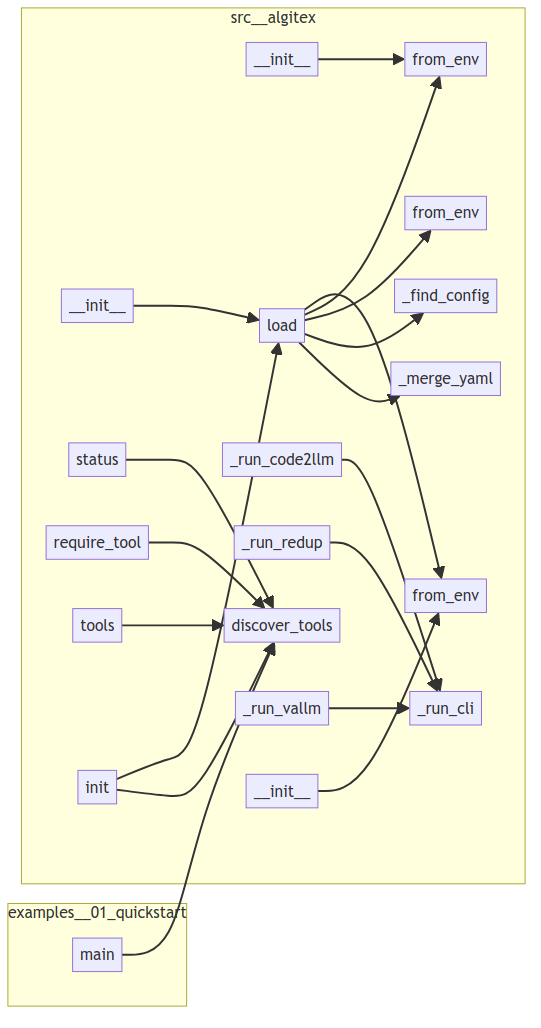
semcod/algitex keeps this Mermaid diagram as project/calls.png. Above is the earlier version. Its source is kept beside it as project/calls.mmd.
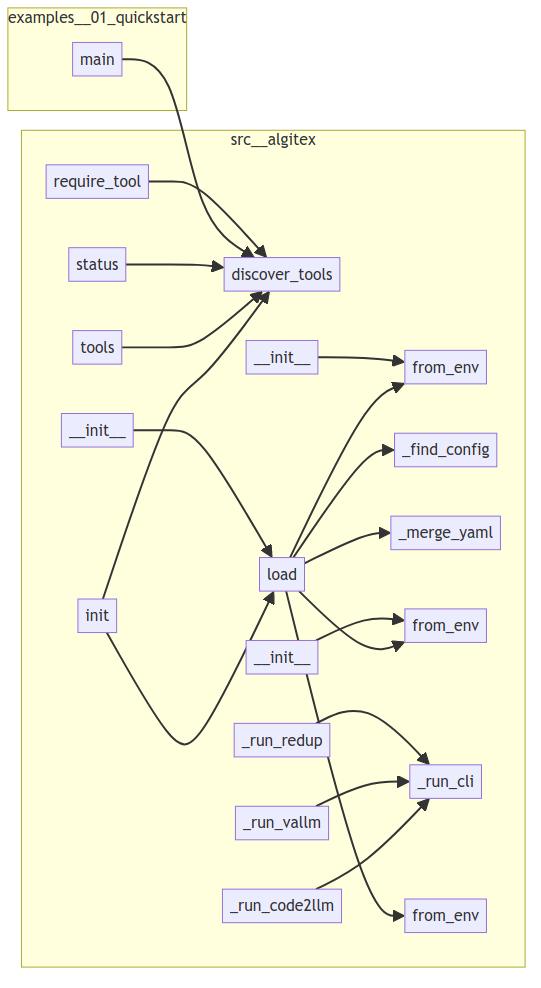
After the commit.

Change to the diagram source:
```diff
@@ -3,24 +3,24 @@
         examples__01_quickstart__main__main["main"]
     end
     subgraph src__algitex
+        src__algitex__tools__discover_tools["discover_tools"]
+        src__algitex__tools__require_tool["require_tool"]
+        src__algitex__cli__tools["tools"]
+        src__algitex__config__ProxyConfig__from_env["from_env"]
         src__algitex__tools__tickets__Tickets____init__["__init__"]
+        src__algitex__cli__init["init"]
+        src__algitex__config___find_config["_find_config"]
         src__algitex__config___merge_yaml["_merge_yaml"]
+        src__algitex__project__Project____init__["__init__"]
+        src__algitex__tools__analysis__Analyzer___run_vallm["_run_vallm"]
+        src__algitex__config__TicketConfig__from_env["from_env"]
+        src__algitex__tools__analysis__Analyzer___run_code2llm["_run_code2llm"]
         src__algitex__config__Config__load["load"]
-        src__algitex__project__Project____init__["__init__"]
-        src__algitex__tools__analysis__Analyzer___run_code2llm["_run_code2llm"]
         src__algitex__tools__analysis__Analyzer___run_redup["_run_redup"]
-        src__algitex__tools__discover_tools["discover_tools"]
-        src__algitex__config__TicketConfig__from_env["from_env"]
         src__algitex__project__Project__status["status"]
         src__algitex__tools__analysis___run_cli["_run_cli"]
-        src__algitex__tools__require_tool["require_tool"]
-        src__algitex__cli__tools["tools"]
+        src__algitex__tools__proxy__Proxy____init__["__init__"]
         src__algitex__config__AnalysisConfig__from_env["from_env"]
-        src__algitex__config___find_config["_find_config"]
-        src__algitex__tools__analysis__Analyzer___run_vallm["_run_vallm"]
-        src__algitex__config__ProxyConfig__from_env["from_env"]
-        src__algitex__cli__init["init"]
-        src__algitex__tools__proxy__Proxy____init__["__init__"]
     end
     src__algitex__cli__init --> src__algitex__config__Config__load
     src__algitex__cli__init --> src__algitex__tools__discover_tools
@@ -30,9 +30,9 @@
     src__algitex__config__Config__load --> src__algitex__config__AnalysisConfig__from_env
     src__algitex__config__Config__load --> src__algitex__config___find_config
     src__algitex__config__Config__load --> src__algitex__config___merge_yaml
+    src__algitex__tools__proxy__Proxy____init__ --> src__algitex__config__ProxyConfig__from_env
     src__algitex__project__Project____init__ --> src__algitex__config__Config__load
     src__algitex__project__Project__status --> src__algitex__tools__discover_tools
-    src__algitex__tools__proxy__Proxy____init__ --> src__algitex__config__ProxyConfig__from_env
     src__algitex__tools__tickets__Tickets____init__ --> src__algitex__config__TicketConfig__from_env
     examples__01_quickstart__main__main --> src__algitex__tools__discover_tools
     src__algitex__tools__require_tool --> src__algitex__tools__discover_tools
```
